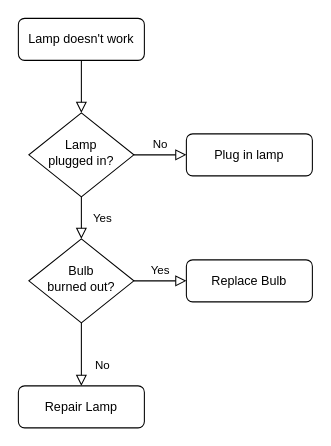
The draw.io diagram Untitled Diagram.drawio in RockONthefeel/HW_Design_SUP, before the edit. Source tidied: cells renumbered, new cells numbered last; positions are measured from the earlier drawing's top-left corner, leaving out a move shared by most shapes. Both pictures are drawn from the tidied source at 105%, with x=0, y=0 at pixel (18, 18).
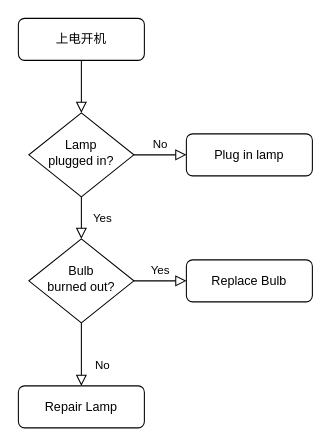
The same page after the edit.

Change to the diagram source:
```diff
@@
 <mxGraphModel>
   <root>
     <mxCell id="0" />
     <mxCell id="1" parent="0" />
     <mxCell id="2" style="rounded=0;html=1;jettySize=auto;fontSize=11;endArrow=block;endFill=0;endSize=8;strokeWidth=1;shadow=0;labelBackgroundColor=none;edgeStyle=orthogonalEdgeStyle;" parent="1" edge="1" source="3" target="6">
       <mxGeometry relative="1" as="geometry" />
     </mxCell>
-    <mxCell id="3" value="Lamp doesn't work" style="rounded=1;whiteSpace=wrap;html=1;fontSize=12;glass=0;strokeWidth=1;shadow=0;" parent="1" vertex="1">
+    <mxCell id="3" value="上电开机" style="rounded=1;whiteSpace=wrap;html=1;fontSize=12;glass=0;strokeWidth=1;shadow=0;" parent="1" vertex="1">
       <mxGeometry width="120" height="40" as="geometry" />
     </mxCell>
     <mxCell id="4" value="Yes" style="rounded=0;html=1;jettySize=auto;fontSize=11;endArrow=block;endFill=0;endSize=8;strokeWidth=1;shadow=0;labelBackgroundColor=none;edgeStyle=orthogonalEdgeStyle;" parent="1" edge="1" source="6" target="10">
       <mxGeometry y="20" relative="1" as="geometry" />
     </mxCell>
     <mxCell id="5" value="No" style="edgeStyle=orthogonalEdgeStyle;rounded=0;html=1;jettySize=auto;fontSize=11;endArrow=block;endFill=0;endSize=8;strokeWidth=1;shadow=0;labelBackgroundColor=none;" parent="1" edge="1" source="6" target="7">
       <mxGeometry y="10" relative="1" as="geometry" />
     </mxCell>
     <mxCell id="6" value="Lamp&lt;br&gt;plugged in?" style="rhombus;whiteSpace=wrap;html=1;shadow=0;fontFamily=Helvetica;fontSize=12;align=center;strokeWidth=1;spacing=6;spacingTop=-4;" parent="1" vertex="1">
       <mxGeometry x="10" y="90" width="100" height="80" as="geometry" />
     </mxCell>
     <mxCell id="7" value="Plug in lamp" style="rounded=1;whiteSpace=wrap;html=1;fontSize=12;glass=0;strokeWidth=1;shadow=0;" parent="1" vertex="1">
       <mxGeometry x="160" y="110" width="120" height="40" as="geometry" />
     </mxCell>
     <mxCell id="8" value="No" style="rounded=0;html=1;jettySize=auto;fontSize=11;endArrow=block;endFill=0;endSize=8;strokeWidth=1;shadow=0;labelBackgroundColor=none;edgeStyle=orthogonalEdgeStyle;" parent="1" edge="1" source="10" target="11">
       <mxGeometry x="0.33" y="20" relative="1" as="geometry" />
     </mxCell>
     <mxCell id="9" value="Yes" style="edgeStyle=orthogonalEdgeStyle;rounded=0;html=1;jettySize=auto;fontSize=11;endArrow=block;endFill=0;endSize=8;strokeWidth=1;shadow=0;labelBackgroundColor=none;" parent="1" edge="1" source="10" target="12">
       <mxGeometry y="10" relative="1" as="geometry" />
     </mxCell>
     <mxCell id="10" value="Bulb&lt;br&gt;burned out?" style="rhombus;whiteSpace=wrap;html=1;shadow=0;fontFamily=Helvetica;fontSize=12;align=center;strokeWidth=1;spacing=6;spacingTop=-4;" parent="1" vertex="1">
       <mxGeometry x="10" y="210" width="100" height="80" as="geometry" />
     </mxCell>
     <mxCell id="11" value="Repair Lamp" style="rounded=1;whiteSpace=wrap;html=1;fontSize=12;glass=0;strokeWidth=1;shadow=0;" parent="1" vertex="1">
       <mxGeometry y="350" width="120" height="40" as="geometry" />
     </mxCell>
     <mxCell id="12" value="Replace Bulb" style="rounded=1;whiteSpace=wrap;html=1;fontSize=12;glass=0;strokeWidth=1;shadow=0;" parent="1" vertex="1">
       <mxGeometry x="160" y="230" width="120" height="40" as="geometry" />
     </mxCell>
   </root>
 </mxGraphModel>
```
